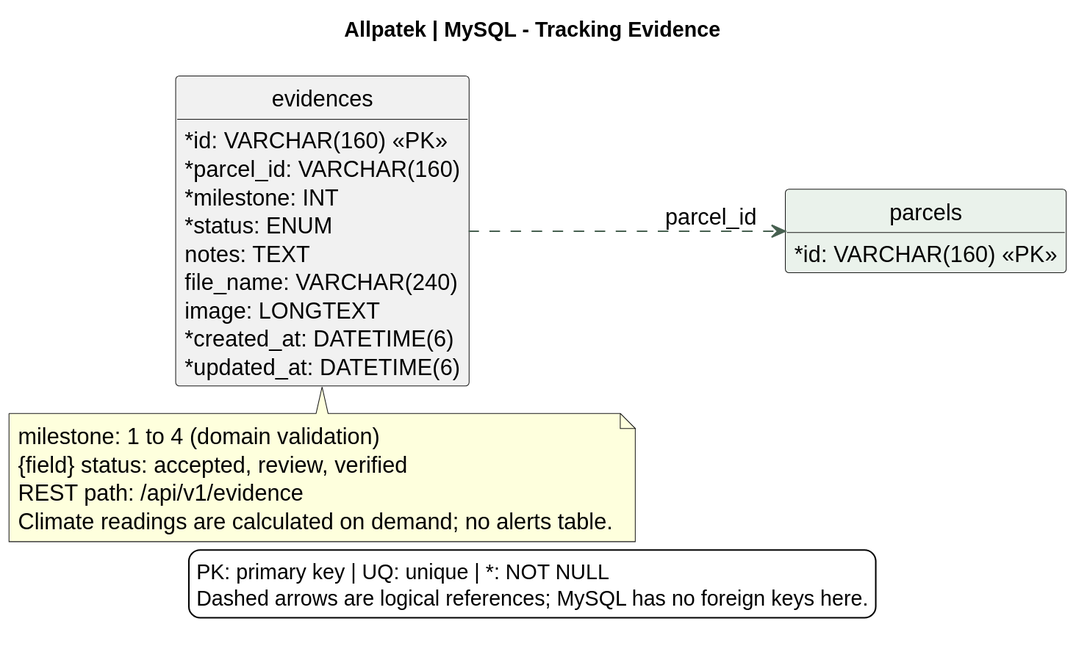
Before: assets/chapter-04/architecture/17-database-monitoring.svg, a diagram exported from PlantUML (upc-pre-202620-1asi0729-7753-Terranova/allpatek-report).
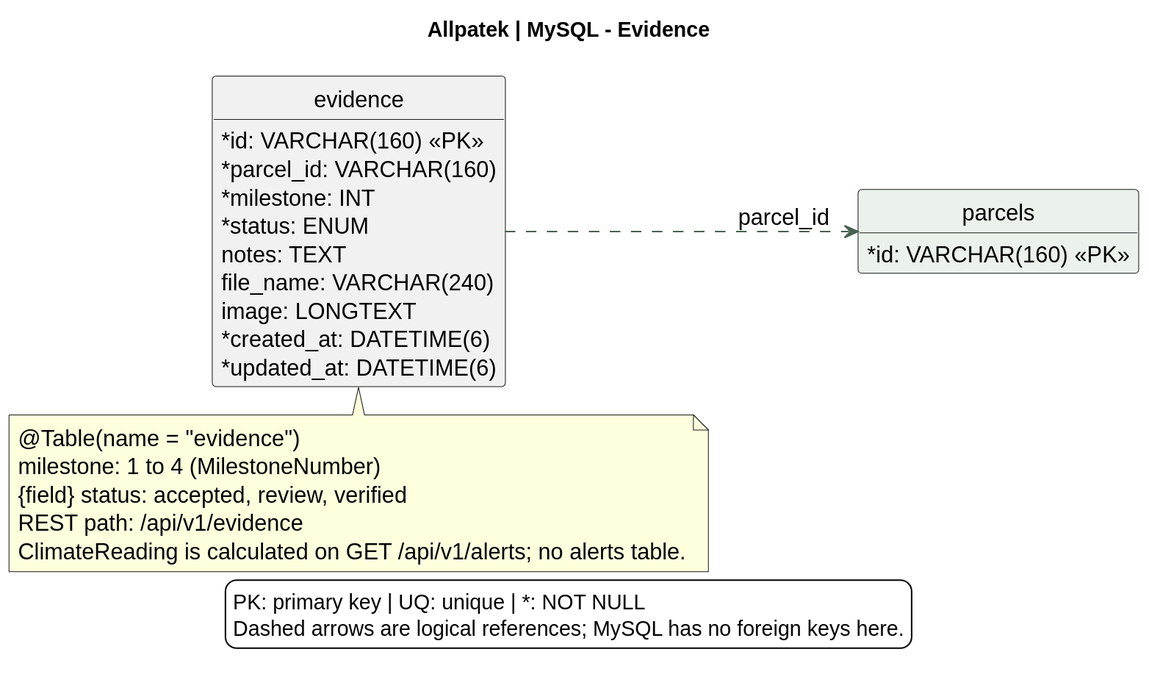
Above is the later version.

Commit message:
docs(architecture): rename MySQL evidence table to match JPA

Change to the diagram source:
```diff
@@ -9,9 +9,9 @@
 skinparam dpi 140
 hide methods
 hide circle
-title Allpatek | MySQL - Tracking Evidence
+title Allpatek | MySQL - Evidence
 left to right direction
-entity "evidences" as evidence {
+entity "evidence" as evidence {
   {field} * id: VARCHAR(160) <<PK>>
   {field} * parcel_id: VARCHAR(160)
   {field} * milestone: INT
@@ -27,10 +27,11 @@
 }
 evidence ..> parcel : parcel_id
 note bottom of evidence
-  milestone: 1 to 4 (domain validation)
+  @Table(name = "evidence")
+  milestone: 1 to 4 (MilestoneNumber)
   {field} status: accepted, review, verified
   REST path: /api/v1/evidence
-  Climate readings are calculated on demand; no alerts table.
+  ClimateReading is calculated on GET /api/v1/alerts; no alerts table.
 end note
 legend bottom
 PK: primary key | UQ: unique | *: NOT NULL
```
